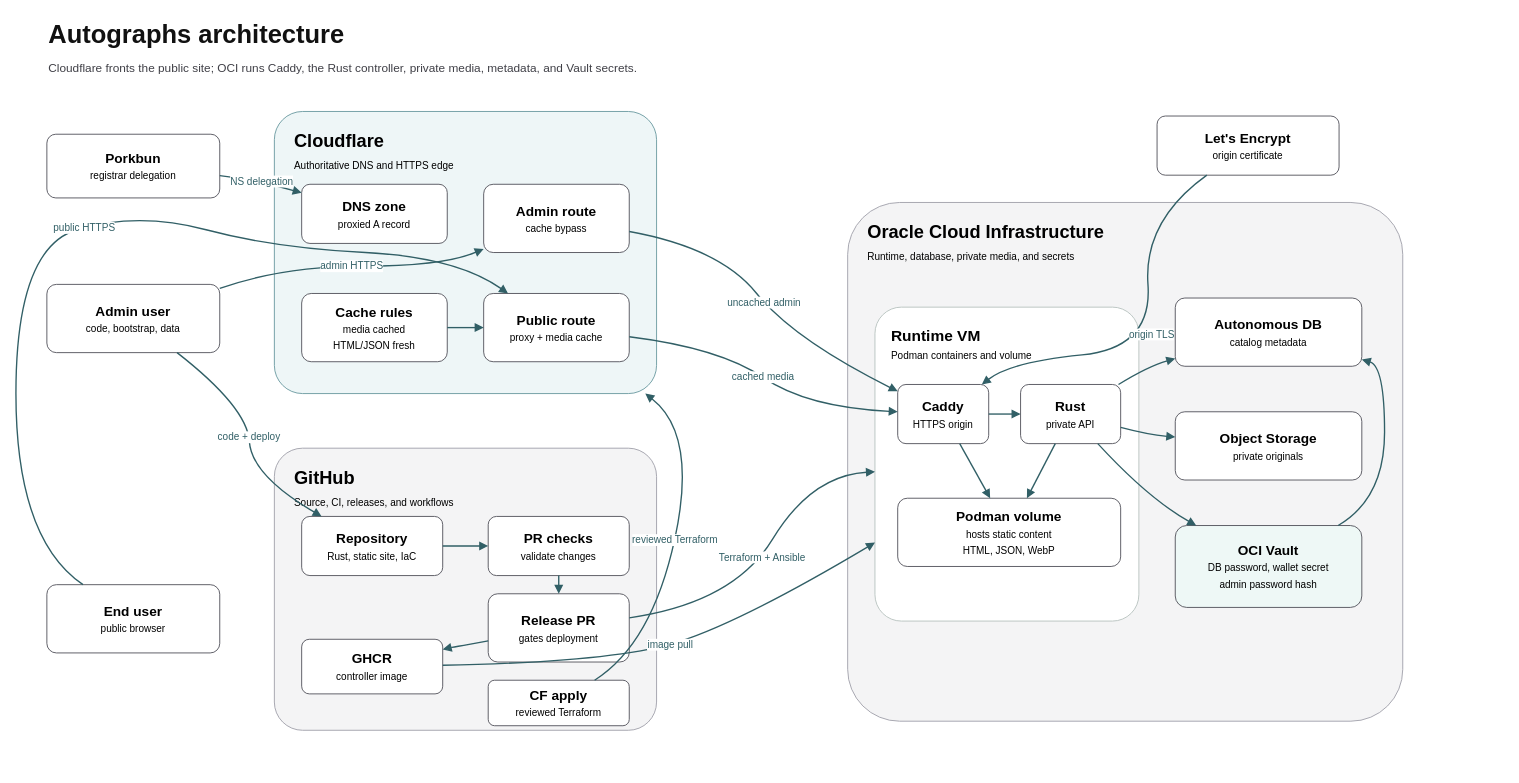
jetsaredim/autographs keeps this draw.io diagram as docs/architecture.drawio. Above is the earlier version. Source tidied: cells renumbered, new cells numbered last; positions are measured from the earlier drawing's top-left corner, leaving out a move shared by most shapes. Both pictures are drawn from the tidied source at 91%, with x=0, y=0 at pixel (15, 15).
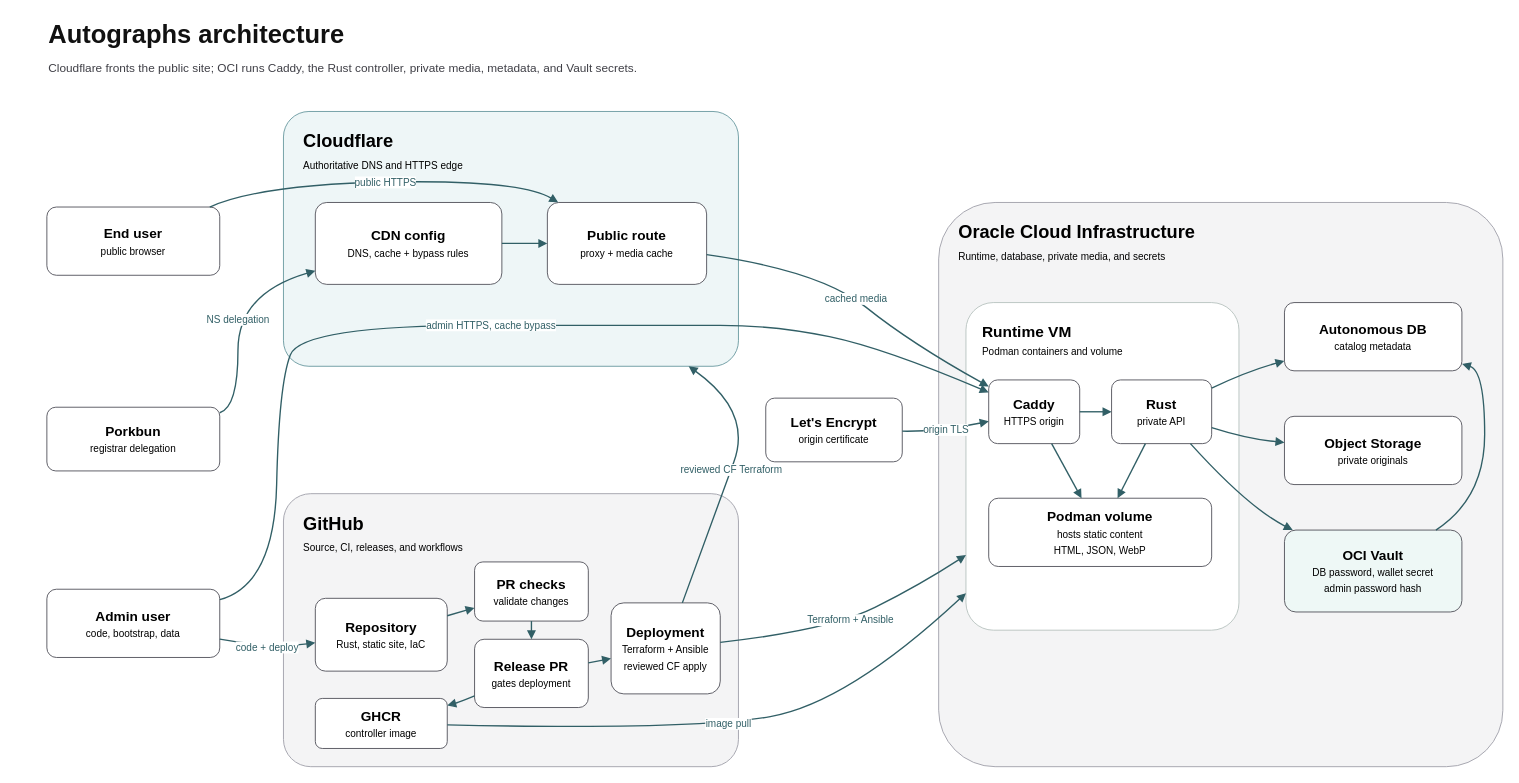
Above is the later version.

Commit message (it also covers changes not shown here):
docs: simplify CDN and deployment architecture panels

The edit, as a diff of the source:
```diff
@@
     <mxCell id="4" value="&lt;b&gt;Cloudflare&lt;/b&gt;&lt;br&gt;&lt;font style=&quot;font-size: 11px; font-weight: 400;&quot;&gt;Authoritative DNS and HTTPS edge&lt;/font&gt;" style="rounded=1;whiteSpace=wrap;html=1;fillColor=#eef6f7;strokeColor=#6b9aa0;arcSize=10;align=left;verticalAlign=top;spacingLeft=20;spacingTop=14;fontSize=20;fontStyle=1;" parent="1" vertex="1">
-      <mxGeometry x="284" y="105" width="420" height="310" as="geometry" />
+      <mxGeometry x="294" y="105" width="500" height="280" as="geometry" />
     </mxCell>
     <mxCell id="5" value="&lt;b&gt;GitHub&lt;/b&gt;&lt;br&gt;&lt;font style=&quot;font-size: 11px; font-weight: 400;&quot;&gt;Source, CI, releases, and workflows&lt;/font&gt;" style="rounded=1;whiteSpace=wrap;html=1;fillColor=#f4f4f5;strokeColor=#a1a1aa;arcSize=10;align=left;verticalAlign=top;spacingLeft=20;spacingTop=14;fontSize=20;fontStyle=1;" parent="1" vertex="1">
-      <mxGeometry x="284" y="475" width="420" height="310" as="geometry" />
+      <mxGeometry x="294" y="525" width="500" height="300" as="geometry" />
     </mxCell>
     <mxCell id="6" value="&lt;b&gt;Oracle Cloud Infrastructure&lt;/b&gt;&lt;br&gt;&lt;font style=&quot;font-size: 11px; font-weight: 400;&quot;&gt;Runtime, database, private media, and secrets&lt;/font&gt;" style="rounded=1;whiteSpace=wrap;html=1;fillColor=#f4f4f5;strokeColor=#a1a1aa;arcSize=10;align=left;verticalAlign=top;spacingLeft=20;spacingTop=14;fontSize=20;fontStyle=1;" parent="1" vertex="1">
-      <mxGeometry x="914" y="205" width="610" height="570" as="geometry" />
+      <mxGeometry x="1014" y="205" width="620" height="620" as="geometry" />
     </mxCell>
     <mxCell id="7" value="&lt;b&gt;Runtime VM&lt;/b&gt;&lt;br&gt;&lt;font style=&quot;font-size: 11px; font-weight: 400;&quot;&gt;Podman containers and volume&lt;/font&gt;" style="rounded=1;whiteSpace=wrap;html=1;fillColor=#ffffff;strokeColor=#b8c3bf;arcSize=10;align=left;verticalAlign=top;spacingLeft=16;spacingTop=16;fontSize=17;fontStyle=1;" parent="1" vertex="1">
-      <mxGeometry x="944" y="320" width="290" height="345" as="geometry" />
+      <mxGeometry x="1044" y="315" width="300" height="360" as="geometry" />
     </mxCell>
-    <mxCell id="8" value="&lt;b&gt;DNS zone&lt;/b&gt;&lt;br&gt;&lt;font style=&quot;font-size: 11px; font-weight: 400;&quot;&gt;proxied A record&lt;/font&gt;" style="rounded=1;whiteSpace=wrap;html=1;fillColor=#ffffff;strokeColor=#52525b;arcSize=14;align=center;verticalAlign=middle;fontSize=15;" parent="1" vertex="1">
-      <mxGeometry x="314" y="185" width="160" height="65" as="geometry" />
-    </mxCell>
-    <mxCell id="9" value="&lt;b&gt;Admin route&lt;/b&gt;&lt;br&gt;&lt;font style=&quot;font-size: 11px; font-weight: 400;&quot;&gt;cache bypass&lt;/font&gt;" style="rounded=1;whiteSpace=wrap;html=1;fillColor=#ffffff;strokeColor=#52525b;arcSize=14;align=center;verticalAlign=middle;fontSize=15;" parent="1" vertex="1">
-      <mxGeometry x="514" y="185" width="160" height="75" as="geometry" />
-    </mxCell>
-    <mxCell id="10" value="&lt;b&gt;Cache rules&lt;/b&gt;&lt;br&gt;&lt;font style=&quot;font-size: 11px; font-weight: 400;&quot;&gt;media cached&lt;br&gt;HTML/JSON fresh&lt;/font&gt;" style="rounded=1;whiteSpace=wrap;html=1;fillColor=#ffffff;strokeColor=#52525b;arcSize=14;align=center;verticalAlign=middle;fontSize=15;" parent="1" vertex="1">
-      <mxGeometry x="314" y="305" width="160" height="75" as="geometry" />
-    </mxCell>
+    <mxCell id="48" value="&lt;b&gt;CDN config&lt;/b&gt;&lt;br&gt;&lt;font style=&quot;font-size: 11px; font-weight: 400;&quot;&gt;DNS, cache + bypass rules&lt;/font&gt;" style="rounded=1;whiteSpace=wrap;html=1;fillColor=#ffffff;strokeColor=#52525b;arcSize=14;align=center;verticalAlign=middle;fontSize=15;" parent="1" vertex="1">
+      <mxGeometry x="329" y="205" width="205" height="90" as="geometry" />
+    </mxCell>
     <mxCell id="11" value="&lt;b&gt;Public route&lt;/b&gt;&lt;br&gt;&lt;font style=&quot;font-size: 11px; font-weight: 400;&quot;&gt;proxy + media cache&lt;/font&gt;" style="rounded=1;whiteSpace=wrap;html=1;fillColor=#ffffff;strokeColor=#52525b;arcSize=14;align=center;verticalAlign=middle;fontSize=15;" parent="1" vertex="1">
-      <mxGeometry x="514" y="305" width="160" height="75" as="geometry" />
+      <mxGeometry x="584" y="205" width="175" height="90" as="geometry" />
     </mxCell>
     <mxCell id="12" value="&lt;b&gt;Repository&lt;/b&gt;&lt;br&gt;&lt;font style=&quot;font-size: 11px; font-weight: 400;&quot;&gt;Rust, static site, IaC&lt;/font&gt;" style="rounded=1;whiteSpace=wrap;html=1;fillColor=#ffffff;strokeColor=#52525b;arcSize=14;align=center;verticalAlign=middle;fontSize=15;" parent="1" vertex="1">
-      <mxGeometry x="314" y="550" width="155" height="65" as="geometry" />
+      <mxGeometry x="329" y="640" width="145" height="80" as="geometry" />
     </mxCell>
     <mxCell id="13" value="&lt;b&gt;PR checks&lt;/b&gt;&lt;br&gt;&lt;font style=&quot;font-size: 11px; font-weight: 400;&quot;&gt;validate changes&lt;/font&gt;" style="rounded=1;whiteSpace=wrap;html=1;fillColor=#ffffff;strokeColor=#52525b;arcSize=14;align=center;verticalAlign=middle;fontSize=15;" parent="1" vertex="1">
-      <mxGeometry x="519" y="550" width="155" height="65" as="geometry" />
+      <mxGeometry x="504" y="600" width="125" height="65" as="geometry" />
     </mxCell>
     <mxCell id="14" value="&lt;b&gt;Release PR&lt;/b&gt;&lt;br&gt;&lt;font style=&quot;font-size: 11px; font-weight: 400;&quot;&gt;gates deployment&lt;/font&gt;" style="rounded=1;whiteSpace=wrap;html=1;fillColor=#ffffff;strokeColor=#52525b;arcSize=14;align=center;verticalAlign=middle;fontSize=15;" parent="1" vertex="1">
-      <mxGeometry x="519" y="635" width="155" height="75" as="geometry" />
+      <mxGeometry x="504" y="685" width="125" height="75" as="geometry" />
     </mxCell>
     <mxCell id="15" value="&lt;b&gt;GHCR&lt;/b&gt;&lt;br&gt;&lt;font style=&quot;font-size: 11px; font-weight: 400;&quot;&gt;controller image&lt;/font&gt;" style="rounded=1;whiteSpace=wrap;html=1;fillColor=#ffffff;strokeColor=#52525b;arcSize=14;align=center;verticalAlign=middle;fontSize=15;" parent="1" vertex="1">
-      <mxGeometry x="314" y="685" width="155" height="60" as="geometry" />
+      <mxGeometry x="329" y="750" width="145" height="55" as="geometry" />
     </mxCell>
-    <mxCell id="16" value="&lt;b&gt;CF apply&lt;/b&gt;&lt;br&gt;&lt;font style=&quot;font-size: 11px; font-weight: 400;&quot;&gt;reviewed Terraform&lt;/font&gt;" style="rounded=1;whiteSpace=wrap;html=1;fillColor=#ffffff;strokeColor=#52525b;arcSize=14;align=center;verticalAlign=middle;fontSize=15;" parent="1" vertex="1">
-      <mxGeometry x="519" y="730" width="155" height="50" as="geometry" />
-    </mxCell>
+    <mxCell id="49" value="&lt;b&gt;Deployment&lt;/b&gt;&lt;br&gt;&lt;font style=&quot;font-size: 11px; font-weight: 400;&quot;&gt;Terraform + Ansible&lt;br&gt;reviewed CF apply&lt;/font&gt;" style="rounded=1;whiteSpace=wrap;html=1;fillColor=#ffffff;strokeColor=#52525b;arcSize=14;align=center;verticalAlign=middle;fontSize=15;" parent="1" vertex="1">
+      <mxGeometry x="654" y="645" width="120" height="100" as="geometry" />
+    </mxCell>
     <mxCell id="17" value="&lt;b&gt;Caddy&lt;/b&gt;&lt;br&gt;&lt;font style=&quot;font-size: 11px; font-weight: 400;&quot;&gt;HTTPS origin&lt;/font&gt;" style="rounded=1;whiteSpace=wrap;html=1;fillColor=#ffffff;strokeColor=#52525b;arcSize=14;align=center;verticalAlign=middle;fontSize=15;" parent="1" vertex="1">
-      <mxGeometry x="969" y="405" width="100" height="65" as="geometry" />
+      <mxGeometry x="1069" y="400" width="100" height="70" as="geometry" />
     </mxCell>
     <mxCell id="18" value="&lt;b&gt;Rust&lt;/b&gt;&lt;br&gt;&lt;font style=&quot;font-size: 11px; font-weight: 400;&quot;&gt;private API&lt;/font&gt;" style="rounded=1;whiteSpace=wrap;html=1;fillColor=#ffffff;strokeColor=#52525b;arcSize=14;align=center;verticalAlign=middle;fontSize=15;" parent="1" vertex="1">
-      <mxGeometry x="1104" y="405" width="110" height="65" as="geometry" />
+      <mxGeometry x="1204" y="400" width="110" height="70" as="geometry" />
     </mxCell>
     <mxCell id="19" value="&lt;b&gt;Podman volume&lt;/b&gt;&lt;br&gt;&lt;font style=&quot;font-size: 11px; font-weight: 400;&quot;&gt;hosts static content&lt;br&gt;HTML, JSON, WebP&lt;/font&gt;" style="rounded=1;whiteSpace=wrap;html=1;fillColor=#ffffff;strokeColor=#52525b;arcSize=14;align=center;verticalAlign=middle;fontSize=15;" parent="1" vertex="1">
-      <mxGeometry x="969" y="530" width="245" height="75" as="geometry" />
+      <mxGeometry x="1069" y="530" width="245" height="75" as="geometry" />
     </mxCell>
     <mxCell id="20" value="&lt;b&gt;Autonomous DB&lt;/b&gt;&lt;br&gt;&lt;font style=&quot;font-size: 11px; font-weight: 400;&quot;&gt;catalog metadata&lt;/font&gt;" style="rounded=1;whiteSpace=wrap;html=1;fillColor=#ffffff;strokeColor=#52525b;arcSize=14;align=center;verticalAlign=middle;fontSize=15;" parent="1" vertex="1">
-      <mxGeometry x="1274" y="310" width="205" height="75" as="geometry" />
+      <mxGeometry x="1394" y="315" width="195" height="75" as="geometry" />
     </mxCell>
     <mxCell id="21" value="&lt;b&gt;Object Storage&lt;/b&gt;&lt;br&gt;&lt;font style=&quot;font-size: 11px; font-weight: 400;&quot;&gt;private originals&lt;/font&gt;" style="rounded=1;whiteSpace=wrap;html=1;fillColor=#ffffff;strokeColor=#52525b;arcSize=14;align=center;verticalAlign=middle;fontSize=15;" parent="1" vertex="1">
-      <mxGeometry x="1274" y="435" width="205" height="75" as="geometry" />
+      <mxGeometry x="1394" y="440" width="195" height="75" as="geometry" />
     </mxCell>
     <mxCell id="22" value="&lt;b&gt;OCI Vault&lt;/b&gt;&lt;br&gt;&lt;font style=&quot;font-size: 11px; font-weight: 400;&quot;&gt;DB password, wallet secret&lt;br&gt;admin password hash&lt;/font&gt;" style="rounded=1;whiteSpace=wrap;html=1;fillColor=#eef8f6;strokeColor=#52525b;arcSize=14;align=center;verticalAlign=middle;fontSize=15;" parent="1" vertex="1">
-      <mxGeometry x="1274" y="560" width="205" height="90" as="geometry" />
+      <mxGeometry x="1394" y="565" width="195" height="90" as="geometry" />
     </mxCell>
+    <mxCell id="25" value="&lt;b&gt;End user&lt;/b&gt;&lt;br&gt;&lt;font style=&quot;font-size: 11px; font-weight: 400;&quot;&gt;public browser&lt;/font&gt;" style="rounded=1;whiteSpace=wrap;html=1;fillColor=#ffffff;strokeColor=#52525b;arcSize=14;align=center;verticalAlign=middle;fontSize=15;" parent="1" vertex="1">
+      <mxGeometry x="34" y="210" width="190" height="75" as="geometry" />
+    </mxCell>
     <mxCell id="23" value="&lt;b&gt;Porkbun&lt;/b&gt;&lt;br&gt;&lt;font style=&quot;font-size: 11px; font-weight: 400;&quot;&gt;registrar delegation&lt;/font&gt;" style="rounded=1;whiteSpace=wrap;html=1;fillColor=#ffffff;strokeColor=#52525b;arcSize=14;align=center;verticalAlign=middle;fontSize=15;" parent="1" vertex="1">
-      <mxGeometry x="34" y="130" width="190" height="70" as="geometry" />
+      <mxGeometry x="34" y="430" width="190" height="70" as="geometry" />
     </mxCell>
     <mxCell id="24" value="&lt;b&gt;Admin user&lt;/b&gt;&lt;br&gt;&lt;font style=&quot;font-size: 11px; font-weight: 400;&quot;&gt;code, bootstrap, data&lt;/font&gt;" style="rounded=1;whiteSpace=wrap;html=1;fillColor=#ffffff;strokeColor=#52525b;arcSize=14;align=center;verticalAlign=middle;fontSize=15;" parent="1" vertex="1">
-      <mxGeometry x="34" y="295" width="190" height="75" as="geometry" />
+      <mxGeometry x="34" y="630" width="190" height="75" as="geometry" />
     </mxCell>
-    <mxCell id="25" value="&lt;b&gt;End user&lt;/b&gt;&lt;br&gt;&lt;font style=&quot;font-size: 11px; font-weight: 400;&quot;&gt;public browser&lt;/font&gt;" style="rounded=1;whiteSpace=wrap;html=1;fillColor=#ffffff;strokeColor=#52525b;arcSize=14;align=center;verticalAlign=middle;fontSize=15;" parent="1" vertex="1">
-      <mxGeometry x="34" y="625" width="190" height="75" as="geometry" />
-    </mxCell>
     <mxCell id="26" value="&lt;b&gt;Let&amp;#x27;s Encrypt&lt;/b&gt;&lt;br&gt;&lt;font style=&quot;font-size: 11px; font-weight: 400;&quot;&gt;origin certificate&lt;/font&gt;" style="rounded=1;whiteSpace=wrap;html=1;fillColor=#ffffff;strokeColor=#52525b;arcSize=14;align=center;verticalAlign=middle;fontSize=15;" parent="1" vertex="1">
-      <mxGeometry x="1254" y="110" width="200" height="65" as="geometry" />
+      <mxGeometry x="824" y="420" width="150" height="70" as="geometry" />
     </mxCell>
+    <mxCell id="29" value="public HTTPS" style="endArrow=block;html=1;rounded=1;curved=1;strokeColor=#315f66;strokeWidth=1.5;fontSize=11;fontColor=#315f66;labelBackgroundColor=#ffffff;" parent="1" edge="1" source="25" target="11">
+      <mxGeometry relative="1" as="geometry">
+        <Array as="points">
+          <mxPoint x="269" y="185" />
+          <mxPoint x="554" y="180" />
+        </Array>
+      </mxGeometry>
+    </mxCell>
-    <mxCell id="27" value="NS delegation" style="endArrow=block;html=1;rounded=1;curved=1;strokeColor=#315f66;strokeWidth=1.5;fontSize=11;fontColor=#315f66;labelBackgroundColor=#ffffff;" parent="1" edge="1" source="23" target="8">
+    <mxCell id="27" value="NS delegation" style="endArrow=block;html=1;rounded=1;curved=1;strokeColor=#315f66;strokeWidth=1.5;fontSize=11;fontColor=#315f66;labelBackgroundColor=#ffffff;" parent="1" edge="1" source="23" target="48">
       <mxGeometry relative="1" as="geometry">
         <Array as="points">
-          <mxPoint x="264" y="180" />
+          <mxPoint x="244" y="430" />
+          <mxPoint x="244" y="305" />
         </Array>
       </mxGeometry>
     </mxCell>
-    <mxCell id="28" value="admin HTTPS" style="endArrow=block;html=1;rounded=1;curved=1;strokeColor=#315f66;strokeWidth=1.5;fontSize=11;fontColor=#315f66;labelBackgroundColor=#ffffff;" parent="1" edge="1" source="24" target="9">
-      <mxGeometry relative="1" as="geometry">
-        <Array as="points">
-          <mxPoint x="294" y="275" />
-          <mxPoint x="469" y="275" />
-        </Array>
-      </mxGeometry>
-    </mxCell>
-    <mxCell id="29" value="public HTTPS" style="endArrow=block;html=1;rounded=1;curved=1;strokeColor=#315f66;strokeWidth=1.5;fontSize=11;fontColor=#315f66;labelBackgroundColor=#ffffff;" parent="1" edge="1" source="25" target="11">
-      <mxGeometry relative="1" as="geometry">
-        <Array as="points">
-          <mxPoint y="575" />
-          <mxPoint y="255" />
-          <mxPoint x="134" y="215" />
-          <mxPoint x="284" y="255" />
-          <mxPoint x="484" y="265" />
-        </Array>
-      </mxGeometry>
-    </mxCell>
-    <mxCell id="30" style="endArrow=block;html=1;rounded=1;curved=1;strokeColor=#315f66;strokeWidth=1.5;fontSize=11;fontColor=#315f66;labelBackgroundColor=#ffffff;" parent="1" edge="1" source="10" target="11">
-      <mxGeometry relative="1" as="geometry" />
-    </mxCell>
-    <mxCell id="31" value="uncached admin" style="endArrow=block;html=1;rounded=1;curved=1;strokeColor=#315f66;strokeWidth=1.5;fontSize=11;fontColor=#315f66;labelBackgroundColor=#ffffff;" parent="1" edge="1" source="9" target="17">
-      <mxGeometry relative="1" as="geometry">
-        <Array as="points">
-          <mxPoint x="774" y="255" />
-          <mxPoint x="854" y="355" />
-        </Array>
-      </mxGeometry>
-    </mxCell>
+    <mxCell id="50" style="endArrow=block;html=1;rounded=1;curved=1;strokeColor=#315f66;strokeWidth=1.5;fontSize=11;fontColor=#315f66;labelBackgroundColor=#ffffff;" parent="1" edge="1" source="48" target="11">
+      <mxGeometry relative="1" as="geometry" />
+    </mxCell>
     <mxCell id="32" value="cached media" style="endArrow=block;html=1;rounded=1;curved=1;strokeColor=#315f66;strokeWidth=1.5;fontSize=11;fontColor=#315f66;labelBackgroundColor=#ffffff;" parent="1" edge="1" source="11" target="17">
       <mxGeometry relative="1" as="geometry">
         <Array as="points">
-          <mxPoint x="774" y="365" />
-          <mxPoint x="869" y="430" />
+          <mxPoint x="884" y="280" />
+          <mxPoint x="984" y="360" />
         </Array>
       </mxGeometry>
     </mxCell>
+    <mxCell id="51" value="admin HTTPS, cache bypass" style="endArrow=block;html=1;rounded=1;curved=1;strokeColor=#315f66;strokeWidth=1.5;fontSize=11;fontColor=#315f66;labelBackgroundColor=#ffffff;" parent="1" edge="1" source="24" target="17">
+      <mxGeometry relative="1" as="geometry">
+        <Array as="points">
+          <mxPoint x="284" y="625" />
+          <mxPoint x="289" y="405" />
+          <mxPoint x="314" y="340" />
+          <mxPoint x="714" y="340" />
+          <mxPoint x="834" y="340" />
+          <mxPoint x="954" y="365" />
+        </Array>
+      </mxGeometry>
+    </mxCell>
     <mxCell id="33" value="code + deploy" style="endArrow=block;html=1;rounded=1;curved=1;strokeColor=#315f66;strokeWidth=1.5;fontSize=11;fontColor=#315f66;labelBackgroundColor=#ffffff;" parent="1" edge="1" source="24" target="12">
       <mxGeometry relative="1" as="geometry">
         <Array as="points">
-          <mxPoint x="254" y="430" />
-          <mxPoint x="259" y="505" />
+          <mxPoint x="279" y="695" />
         </Array>
       </mxGeometry>
     </mxCell>
@@
     <mxCell id="36" style="endArrow=block;html=1;rounded=1;curved=1;strokeColor=#315f66;strokeWidth=1.5;fontSize=11;fontColor=#315f66;labelBackgroundColor=#ffffff;" parent="1" edge="1" source="14" target="15">
       <mxGeometry relative="1" as="geometry">
         <Array as="points">
-          <mxPoint x="474" y="695" />
+          <mxPoint x="484" y="755" />
         </Array>
       </mxGeometry>
     </mxCell>
+    <mxCell id="52" style="endArrow=block;html=1;rounded=1;curved=1;strokeColor=#315f66;strokeWidth=1.5;fontSize=11;fontColor=#315f66;labelBackgroundColor=#ffffff;" parent="1" edge="1" source="14" target="49">
+      <mxGeometry relative="1" as="geometry" />
+    </mxCell>
-    <mxCell id="37" value="Terraform + Ansible" style="endArrow=block;html=1;rounded=1;curved=1;strokeColor=#315f66;strokeWidth=1.5;fontSize=11;fontColor=#315f66;labelBackgroundColor=#ffffff;" parent="1" edge="1" source="14" target="7">
+    <mxCell id="37" value="Terraform + Ansible" style="endArrow=block;html=1;rounded=1;curved=1;strokeColor=#315f66;strokeWidth=1.5;fontSize=11;fontColor=#315f66;labelBackgroundColor=#ffffff;" parent="1" edge="1" source="49" target="7">
       <mxGeometry relative="1" as="geometry">
         <Array as="points">
-          <mxPoint x="789" y="645" />
-          <mxPoint x="874" y="505" />
+          <mxPoint x="894" y="675" />
+          <mxPoint x="994" y="625" />
         </Array>
       </mxGeometry>
     </mxCell>
+    <mxCell id="53" value="reviewed CF Terraform" style="endArrow=block;html=1;rounded=1;curved=1;strokeColor=#315f66;strokeWidth=1.5;fontSize=11;fontColor=#315f66;labelBackgroundColor=#ffffff;" parent="1" edge="1" source="49" target="4">
+      <mxGeometry relative="1" as="geometry">
+        <Array as="points">
+          <mxPoint x="769" y="545" />
+          <mxPoint x="809" y="435" />
+        </Array>
+      </mxGeometry>
+    </mxCell>
     <mxCell id="38" value="image pull" style="endArrow=block;html=1;rounded=1;curved=1;strokeColor=#315f66;strokeWidth=1.5;fontSize=11;fontColor=#315f66;labelBackgroundColor=#ffffff;" parent="1" edge="1" source="15" target="7">
       <mxGeometry relative="1" as="geometry">
         <Array as="points">
-          <mxPoint x="659" y="710" />
-          <mxPoint x="799" y="665" />
+          <mxPoint x="744" y="785" />
+          <mxPoint x="914" y="755" />
         </Array>
       </mxGeometry>
     </mxCell>
-    <mxCell id="39" value="reviewed Terraform" style="endArrow=block;html=1;rounded=1;curved=1;strokeColor=#315f66;strokeWidth=1.5;fontSize=11;fontColor=#315f66;labelBackgroundColor=#ffffff;" parent="1" edge="1" source="16" target="4">
-      <mxGeometry relative="1" as="geometry">
-        <Array as="points">
-          <mxPoint x="699" y="690" />
-          <mxPoint x="749" y="460" />
-        </Array>
-      </mxGeometry>
-    </mxCell>
     <mxCell id="40" value="origin TLS" style="endArrow=block;html=1;rounded=1;curved=1;strokeColor=#315f66;strokeWidth=1.5;fontSize=11;fontColor=#315f66;labelBackgroundColor=#ffffff;" parent="1" edge="1" source="26" target="17">
       <mxGeometry relative="1" as="geometry">
         <Array as="points">
-          <mxPoint x="1239" y="225" />
-          <mxPoint x="1249" y="365" />
-          <mxPoint x="1094" y="380" />
+          <mxPoint x="1014" y="457" />
         </Array>
       </mxGeometry>
     </mxCell>
@@
     <mxCell id="44" style="endArrow=block;html=1;rounded=1;curved=1;strokeColor=#315f66;strokeWidth=1.5;fontSize=11;fontColor=#315f66;labelBackgroundColor=#ffffff;" parent="1" edge="1" source="18" target="20">
       <mxGeometry relative="1" as="geometry">
         <Array as="points">
-          <mxPoint x="1244" y="385" />
+          <mxPoint x="1354" y="390" />
         </Array>
       </mxGeometry>
     </mxCell>
     <mxCell id="45" style="endArrow=block;html=1;rounded=1;curved=1;strokeColor=#315f66;strokeWidth=1.5;fontSize=11;fontColor=#315f66;labelBackgroundColor=#ffffff;" parent="1" edge="1" source="18" target="21">
       <mxGeometry relative="1" as="geometry">
         <Array as="points">
-          <mxPoint x="1244" y="460" />
+          <mxPoint x="1354" y="465" />
         </Array>
       </mxGeometry>
     </mxCell>
     <mxCell id="46" style="endArrow=block;html=1;rounded=1;curved=1;strokeColor=#315f66;strokeWidth=1.5;fontSize=11;fontColor=#315f66;labelBackgroundColor=#ffffff;" parent="1" edge="1" source="18" target="22">
       <mxGeometry relative="1" as="geometry">
         <Array as="points">
-          <mxPoint x="1244" y="530" />
+          <mxPoint x="1354" y="540" />
         </Array>
       </mxGeometry>
     </mxCell>
     <mxCell id="47" style="endArrow=block;html=1;rounded=1;curved=1;strokeColor=#315f66;strokeWidth=1.5;fontSize=11;fontColor=#315f66;labelBackgroundColor=#ffffff;" parent="1" edge="1" source="22" target="20">
       <mxGeometry relative="1" as="geometry">
         <Array as="points">
-          <mxPoint x="1504" y="530" />
-          <mxPoint x="1504" y="385" />
+          <mxPoint x="1614" y="530" />
+          <mxPoint x="1614" y="390" />
         </Array>
       </mxGeometry>
     </mxCell>
```
